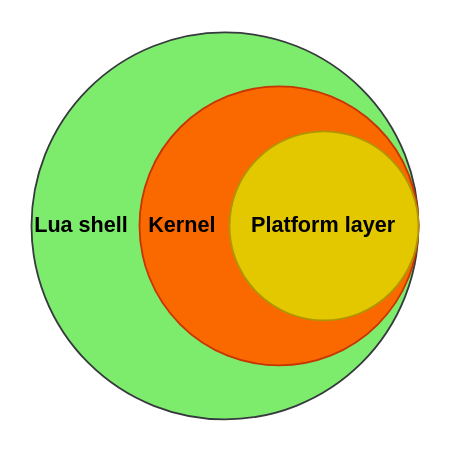
Before: docs/architecture.drawio in Maksasj/luna_os, a draw.io diagram. Source tidied: cells renumbered, new cells numbered last; positions are measured from the earlier drawing's top-left corner, leaving out a move shared by most shapes. Both pictures are drawn from the tidied source at 180%, with x=0, y=0 at pixel (31, 31).
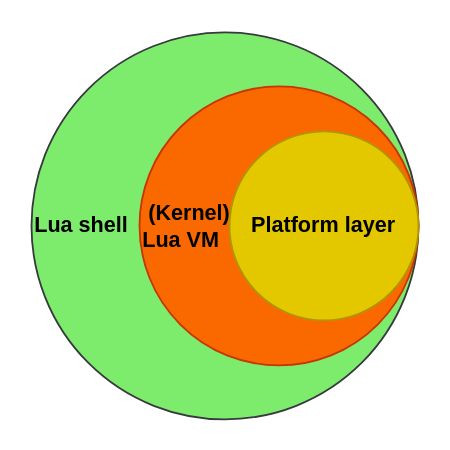
After the change.

What changed in the source:
```diff
@@
 <mxGraphModel>
   <root>
     <mxCell id="0" />
     <mxCell id="1" parent="0" />
     <mxCell id="2" value="&lt;font color=&quot;#000000&quot;&gt;&lt;b&gt;Lua shell&lt;/b&gt;&lt;/font&gt;" style="ellipse;whiteSpace=wrap;html=1;fillColor=#7DEB6C;strokeColor=#36393d;align=left;" parent="1" vertex="1">
       <mxGeometry y="0.5" width="215" height="215" as="geometry" />
     </mxCell>
-    <mxCell id="3" value="&lt;div style=&quot;&quot;&gt;&lt;span style=&quot;background-color: initial;&quot;&gt;&lt;b&gt;&amp;nbsp;Kernel&lt;/b&gt;&lt;/span&gt;&lt;/div&gt;" style="ellipse;whiteSpace=wrap;html=1;fillColor=#fa6800;fontColor=#000000;strokeColor=#C73500;align=left;" parent="1" vertex="1">
+    <mxCell id="3" value="&lt;div style=&quot;&quot;&gt;&lt;span style=&quot;background-color: initial;&quot;&gt;&lt;b&gt;&amp;nbsp;(Kernel)&lt;br&gt;Lua VM&lt;/b&gt;&lt;/span&gt;&lt;/div&gt;" style="ellipse;whiteSpace=wrap;html=1;fillColor=#fa6800;fontColor=#000000;strokeColor=#C73500;align=left;" parent="1" vertex="1">
       <mxGeometry x="60" y="30.5" width="155" height="155" as="geometry" />
     </mxCell>
     <mxCell id="4" value="&lt;b&gt;Platform layer&lt;/b&gt;" style="ellipse;whiteSpace=wrap;html=1;fillColor=#e3c800;fontColor=#000000;strokeColor=#B09500;" parent="1" vertex="1">
       <mxGeometry x="110" y="55.5" width="105" height="105" as="geometry" />
     </mxCell>
   </root>
 </mxGraphModel>
```
